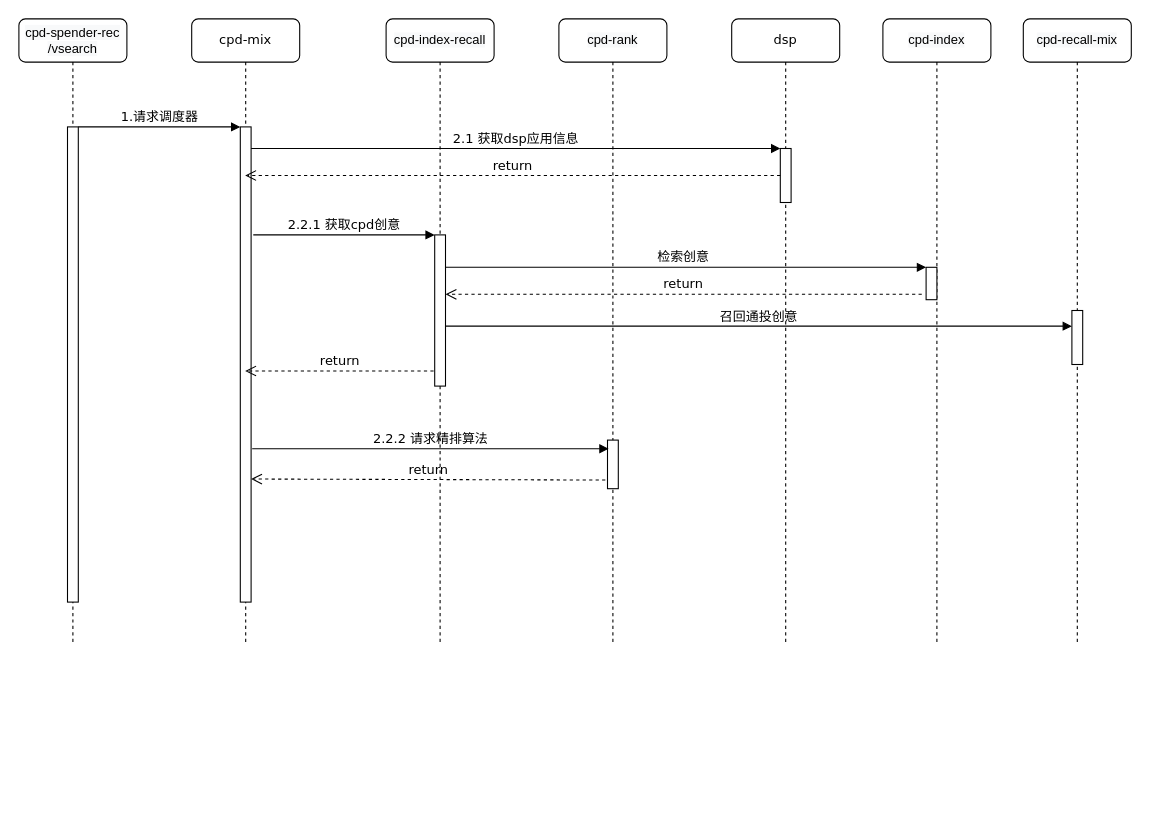
This is page "Page-1" (1 of 2) of Untitled Diagram.drawio from feelflyer/MyGit, a draw.io file, before an edit. Source tidied: cells renumbered, new cells numbered last; positions are measured from the earlier drawing's top-left corner, leaving out a move shared by most shapes. Both pictures are drawn from the tidied source at 108%, with x=0, y=0 at pixel (18, 18).
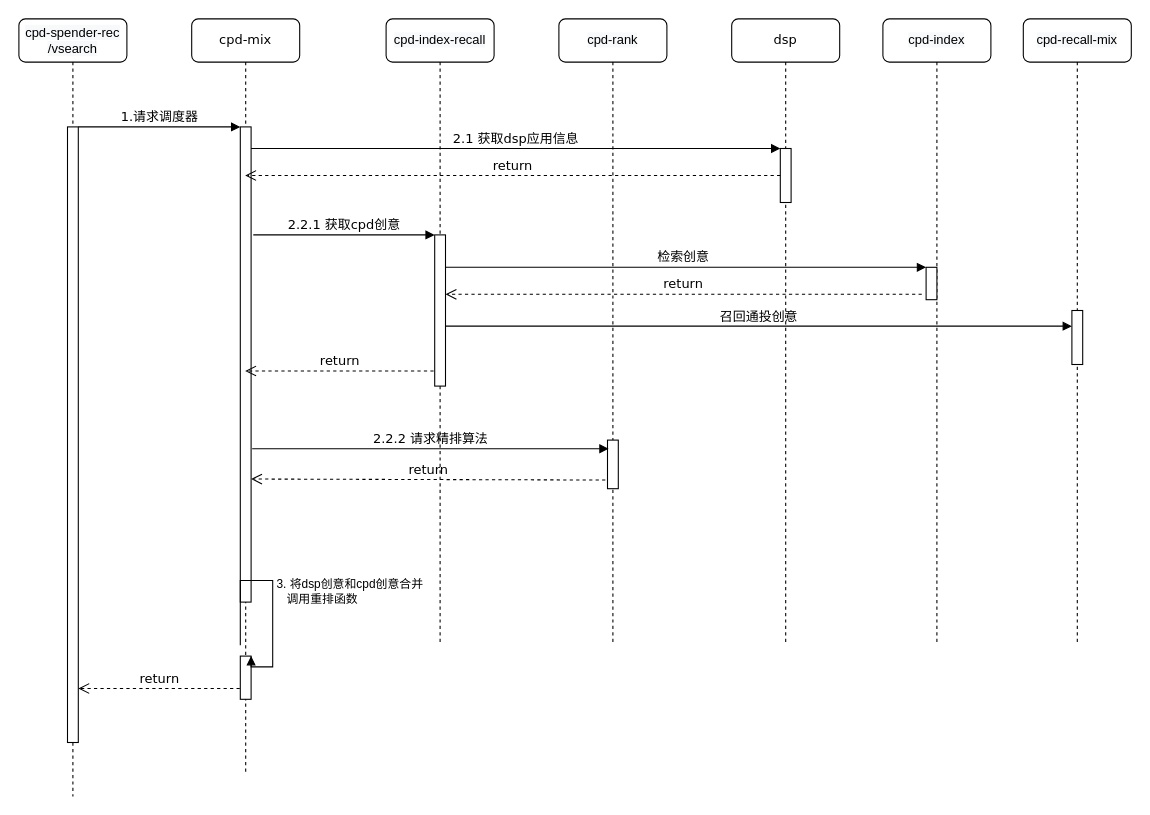
The same diagram, later.

The edit, as a diff of the source:
```diff
@@
     <mxCell id="2" value="cpd-mix" style="shape=umlLifeline;perimeter=lifelinePerimeter;whiteSpace=wrap;html=1;outlineConnect=0;rounded=1;shadow=0;comic=0;labelBackgroundColor=none;strokeWidth=1;fontFamily=Verdana;fontSize=12;align=center;" parent="1" vertex="1">
-      <mxGeometry x="160" width="100" height="580" as="geometry" />
+      <mxGeometry x="160" width="100" height="700" as="geometry" />
     </mxCell>
@@
+    <mxCell id="26" style="html=1;points=[];perimeter=orthogonalPerimeter;" parent="2" vertex="1">
+      <mxGeometry x="45" y="590" width="10" height="40" as="geometry" />
+    </mxCell>
+    <mxCell id="27" value="&lt;div&gt;3. 将dsp创意和cpd创意合并&lt;/div&gt;&lt;div&gt;&amp;nbsp;&amp;nbsp; 调用重排函数&lt;br&gt;&lt;/div&gt;" style="edgeStyle=orthogonalEdgeStyle;html=1;align=left;spacingLeft=2;endArrow=block;rounded=0;entryX=1;entryY=0;" parent="2" edge="1" target="26">
+      <mxGeometry relative="1" as="geometry">
+        <mxPoint x="45" y="580" as="sourcePoint" />
+        <Array as="points">
+          <mxPoint x="45" y="520" />
+          <mxPoint x="75" y="520" />
+          <mxPoint x="75" y="600" />
+        </Array>
+      </mxGeometry>
+    </mxCell>
@@
     <mxCell id="14" value="&lt;div&gt;&lt;span style=&quot;color: rgb(0 , 0 , 0) ; font-family: &amp;#34;helvetica&amp;#34; ; font-size: 12px ; font-style: normal ; font-weight: 400 ; letter-spacing: normal ; text-align: center ; text-indent: 0px ; text-transform: none ; word-spacing: 0px ; background-color: rgb(248 , 249 , 250) ; display: inline ; float: none&quot;&gt;cpd-spender-rec&lt;/span&gt;&lt;/div&gt;&lt;div&gt;&lt;span style=&quot;color: rgb(0 , 0 , 0) ; font-family: &amp;#34;helvetica&amp;#34; ; font-size: 12px ; font-style: normal ; font-weight: 400 ; letter-spacing: normal ; text-align: center ; text-indent: 0px ; text-transform: none ; word-spacing: 0px ; background-color: rgb(248 , 249 , 250) ; display: inline ; float: none&quot;&gt;/vsearch&lt;/span&gt;&lt;span style=&quot;color: rgb(0 , 0 , 0) ; font-family: &amp;#34;helvetica&amp;#34; ; font-size: 12px ; font-style: normal ; font-weight: 400 ; letter-spacing: normal ; text-align: center ; text-indent: 0px ; text-transform: none ; word-spacing: 0px ; background-color: rgb(248 , 249 , 250) ; display: inline ; float: none&quot;&gt;&lt;/span&gt;&lt;/div&gt;" style="shape=umlLifeline;perimeter=lifelinePerimeter;whiteSpace=wrap;html=1;rounded=1;shadow=0;comic=0;labelBackgroundColor=none;strokeWidth=1;fontFamily=Verdana;fontSize=12;align=center;" parent="1" vertex="1">
-      <mxGeometry width="100" height="580" as="geometry" />
+      <mxGeometry width="100" height="720" as="geometry" />
     </mxCell>
     <mxCell id="15" style="html=1;points=[];perimeter=orthogonalPerimeter;rounded=0;shadow=0;comic=0;labelBackgroundColor=none;strokeWidth=1;fontFamily=Verdana;fontSize=12;align=center;" parent="14" vertex="1">
-      <mxGeometry x="45" y="100" width="10" height="440" as="geometry" />
+      <mxGeometry x="45" y="100" width="10" height="570" as="geometry" />
     </mxCell>
@@
+    <mxCell id="28" value="return" style="html=1;verticalAlign=bottom;endArrow=open;dashed=1;endSize=8;labelBackgroundColor=none;fontFamily=Verdana;fontSize=12;" parent="1" edge="1">
+      <mxGeometry relative="1" as="geometry">
+        <mxPoint x="204.5" y="620" as="sourcePoint" />
+        <mxPoint x="55" y="620" as="targetPoint" />
+        <Array as="points">
+          <mxPoint x="145" y="620" />
+        </Array>
+      </mxGeometry>
+    </mxCell>
```
